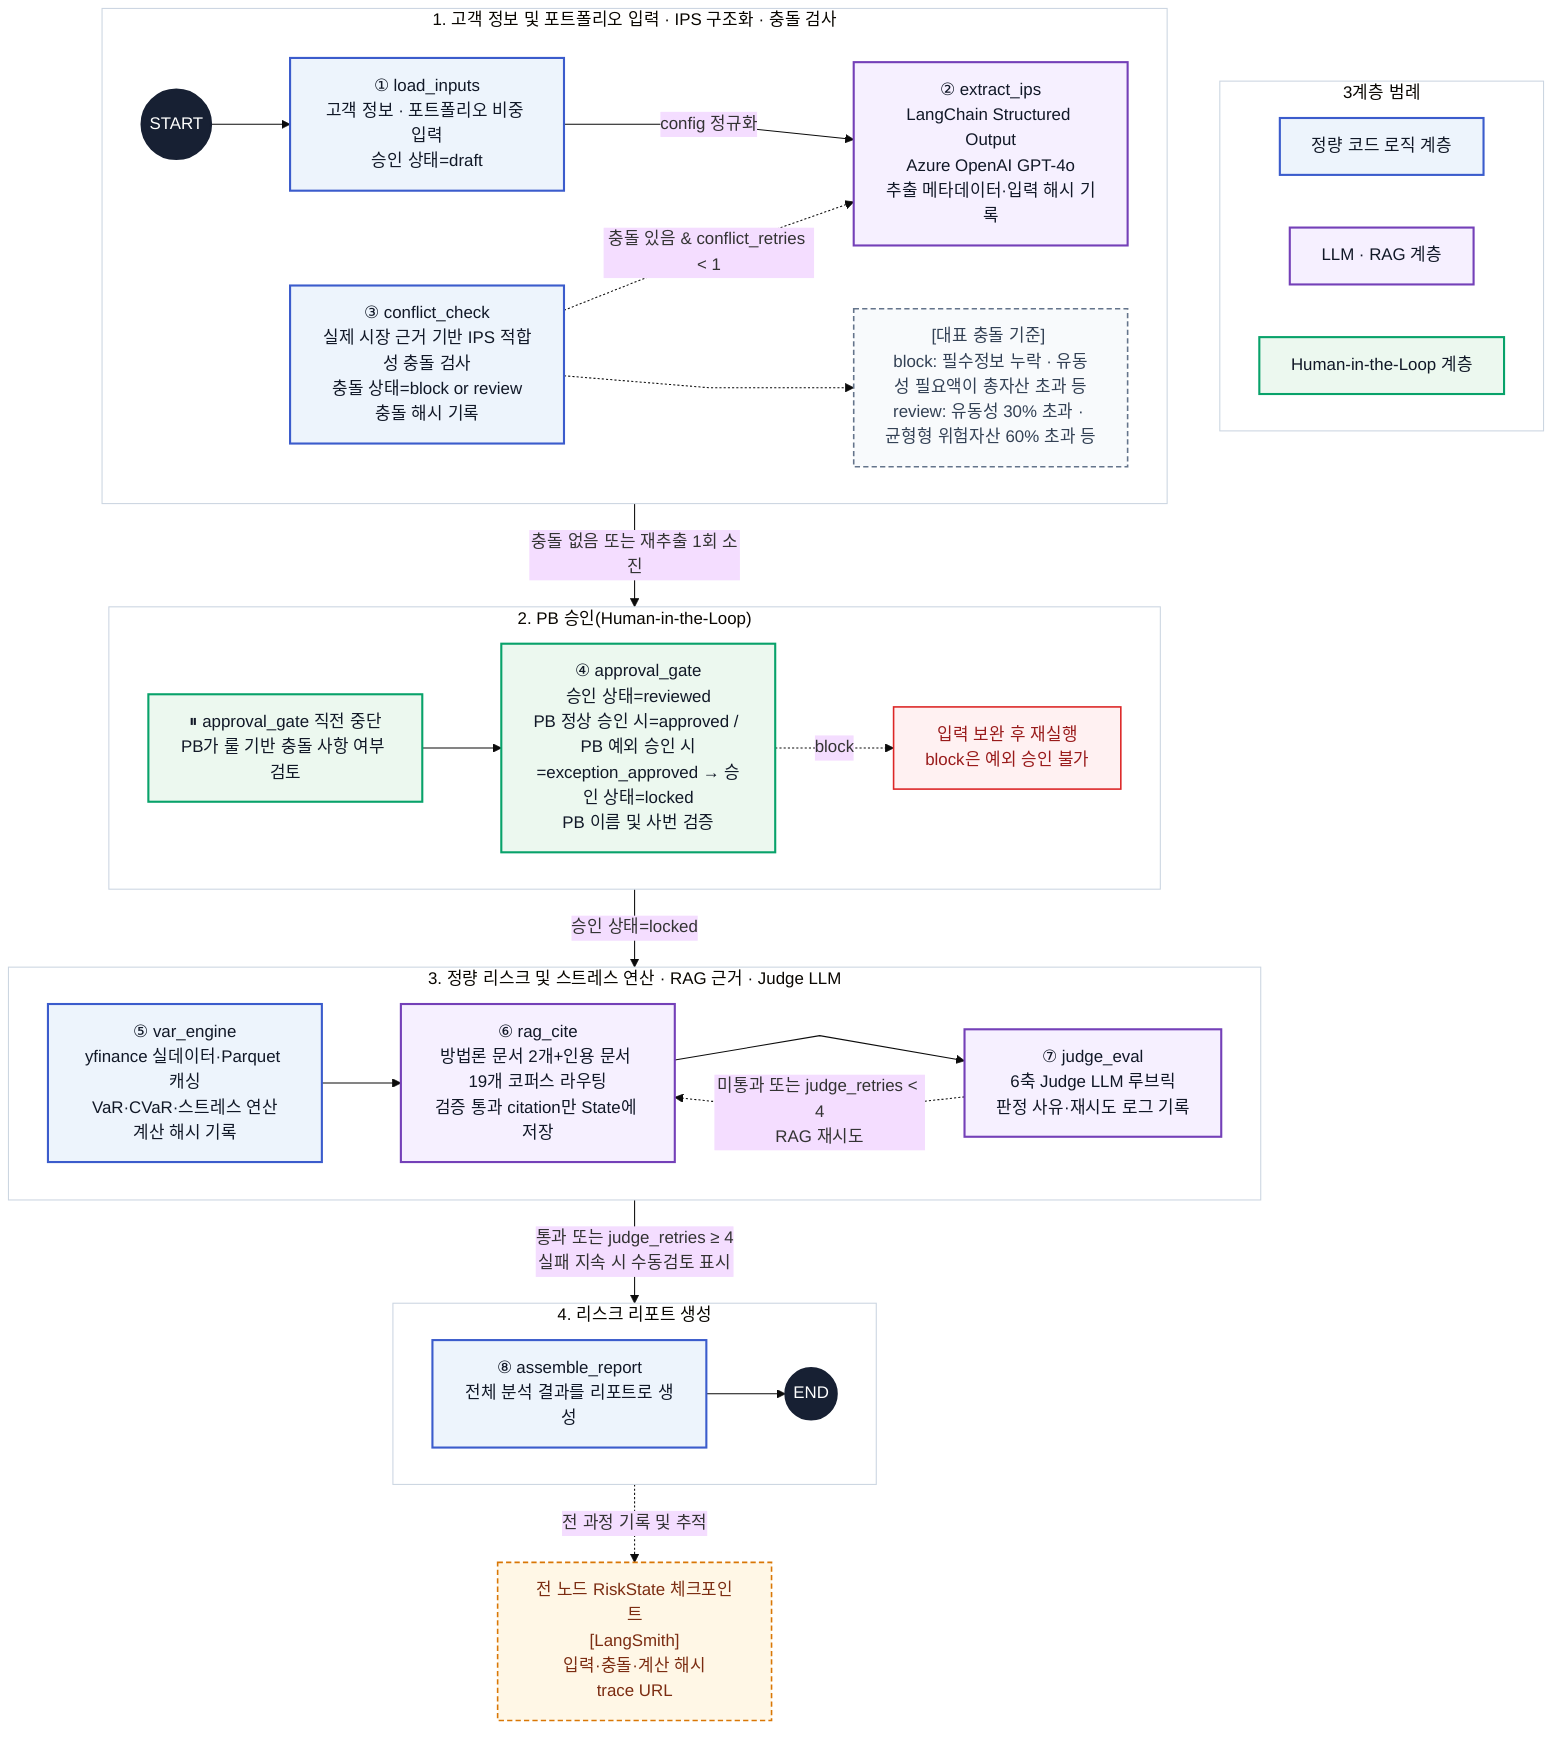
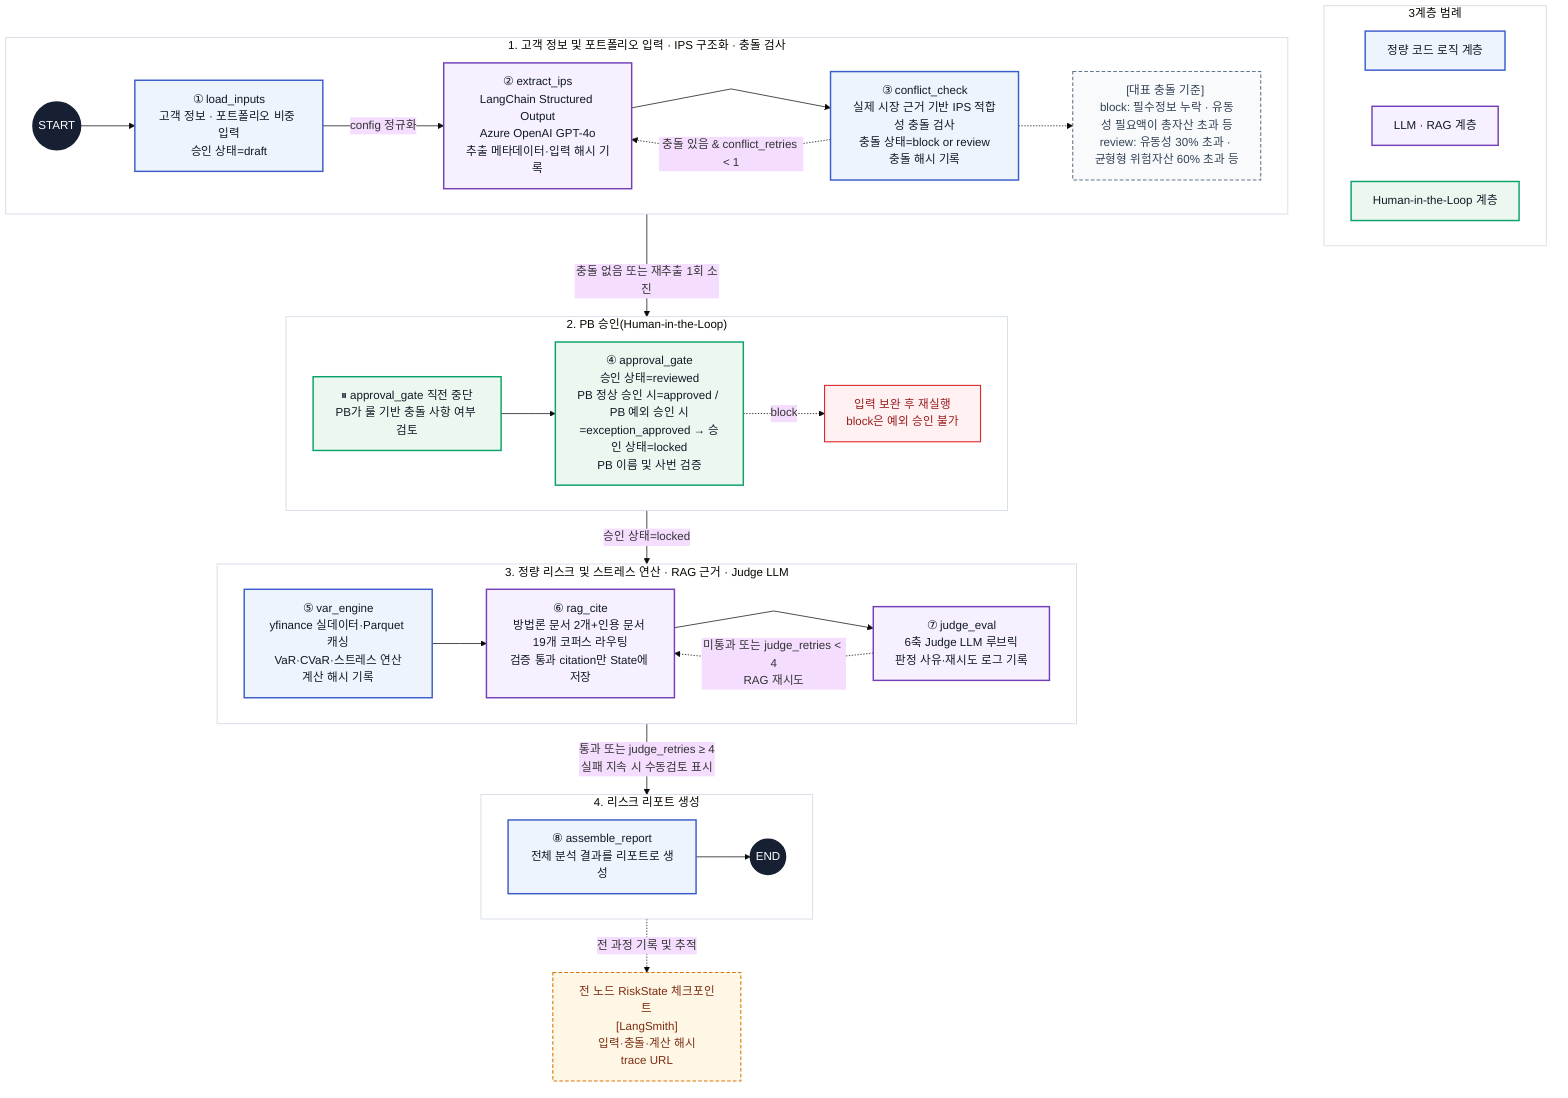
%%{init: {"theme": "base", "flowchart": {"htmlLabels": true, "curve": "linear"}}}%%
%% S.ymphony Mermaid 아키텍처
%% 실제 LangGraph 노드 8개 · 실행 단계 4개 · 아키텍처 계층 3개 · 조건부 루프 2개 · HITL 1개
flowchart TB

    %% 실행 흐름과 분리된 아키텍처 계층 범례
    subgraph LEGEND["3계층 범례"]
        direction LR
        KEY_DET["정량 코드 로직 계층"]
        KEY_LLM["LLM · RAG 계층"]
        KEY_HITL["Human-in-the-Loop 계층"]
    end

    %% 1단계: 고객 정보 및 포트폴리오 입력, IPS 구조화, 충돌 검사
    subgraph STEP1["1. 고객 정보 및 포트폴리오 입력 · IPS 구조화 · 충돌 검사"]
        direction LR
        START((START))
        N1["① load_inputs<br/>고객 정보 · 포트폴리오 비중 입력<br/>승인 상태=draft"]
        N2["② extract_ips<br/>LangChain Structured Output<br/>Azure OpenAI GPT-4o<br/>추출 메타데이터·입력 해시 기록"]
        N3["③ conflict_check<br/>실제 시장 근거 기반 IPS 적합성 충돌 검사<br/>충돌 상태=block or review<br/>충돌 해시 기록"]
        CONFLICT["[대표 충돌 기준] <br/>block: 필수정보 누락 · 유동성 필요액이 총자산 초과 등<br/>review: 유동성 30% 초과 · 균형형 위험자산 60% 초과 등"]

        START --> N1
        N1 -->|"config 정규화"| N2
+         N2 --> N3
        N3 -. "충돌 있음 & conflict_retries < 1" .-> N2
        N3 -.-> CONFLICT
    end

    %% 2단계: PB 승인(Human-in-the-Loop)
    subgraph STEP2["2. PB 승인(Human-in-the-Loop)"]
        direction LR
        PAUSE["⏸ approval_gate 직전 중단<br/>PB가 룰 기반 충돌 사항 여부 검토"]
        N4["④ approval_gate<br/>승인 상태=reviewed<br/>PB 정상 승인 시=approved / PB 예외 승인 시=exception_approved → 승인 상태=locked<br/>PB 이름 및 사번 검증"]
        STOP["입력 보완 후 재실행<br/>block은 예외 승인 불가"]

        PAUSE --> N4
        N4 -. "block" .-> STOP
    end

    %% 3단계: 정량 리스크 엔진, XAI, 검증 및 추적
    subgraph STEP3["3. 정량 리스크 및 스트레스 연산 · RAG 근거 · Judge LLM"]
        direction LR
        N5["⑤ var_engine<br/>yfinance 실데이터·Parquet 캐싱<br/>VaR·CVaR·스트레스 연산<br/>계산 해시 기록"]
        N6["⑥ rag_cite<br/>방법론 문서 2개+인용 문서 19개 코퍼스 라우팅<br/>검증 통과 citation만 State에 저장"]
        N7["⑦ judge_eval<br/>6축 Judge LLM 루브릭<br/>판정 사유·재시도 로그 기록"]

        N5 --> N6
        N6 --> N7
        N7 -. "미통과 또는 judge_retries < 4<br/>RAG 재시도" .-> N6
    end

    %% 4단계: 최종 리스크 리포트 생성
    subgraph STEP4["4. 리스크 리포트 생성"]
        direction LR
        N8["⑧ assemble_report<br/>전체 분석 결과를 리포트로 생성"]
        END((END))

        N8 --> END
    end

    %% 단계 간 기본 실행 경로
    N3 -->|"충돌 없음 또는 재추출 1회 소진"| PAUSE
    N4 -->|"승인 상태=locked"| N5
    N7 -->|"통과 또는 judge_retries ≥ 4<br/>실패 지속 시 수동검토 표시"| N8

    %% 그래프 외 공통 감사 요소: 단일 연결로 교차선을 최소화
    AUDIT["전 노드 RiskState 체크포인트<br/>[LangSmith]<br/>입력·충돌·계산 해시<br/>trace URL"]
    N8 -. "전 과정 기록 및 추적" .-> AUDIT

    %% 3계층은 실행 순서를 유지한 채 노드 색상으로 구분
    classDef deterministic fill:#EDF4FC,stroke:#3B5CCC,color:#111827,stroke-width:2px;
    classDef llmNode fill:#F6F0FF,stroke:#7440B8,color:#111827,stroke-width:2px;
    classDef hitlNode fill:#ECF8EF,stroke:#08A26A,color:#111827,stroke-width:2px;
    classDef terminal fill:#172033,stroke:#172033,color:#FFFFFF,stroke-width:2px;
    classDef stop fill:#FFF1F2,stroke:#DC2626,color:#991B1B,stroke-width:1.5px;
    classDef audit fill:#FFF7E6,stroke:#D97706,color:#7C2D12,stroke-width:1.5px,stroke-dasharray:5 3;
    classDef note fill:#F8FAFC,stroke:#64748B,color:#334155,stroke-width:1.5px,stroke-dasharray:5 3;

    class KEY_DET,N1,N3,N5,N8 deterministic;
    class KEY_LLM,N2,N6,N7 llmNode;
    class KEY_HITL,PAUSE,N4 hitlNode;
    class START,END terminal;
    class STOP stop;
    class AUDIT audit;
    class CONFLICT note;

    style LEGEND fill:#FFFFFF,stroke:#CBD5E1,stroke-width:1px
    style STEP1 fill:#FFFFFF,stroke:#CBD5E1,stroke-width:1px
    style STEP2 fill:#FFFFFF,stroke:#CBD5E1,stroke-width:1px
    style STEP3 fill:#FFFFFF,stroke:#CBD5E1,stroke-width:1px
    style STEP4 fill:#FFFFFF,stroke:#CBD5E1,stroke-width:1px
